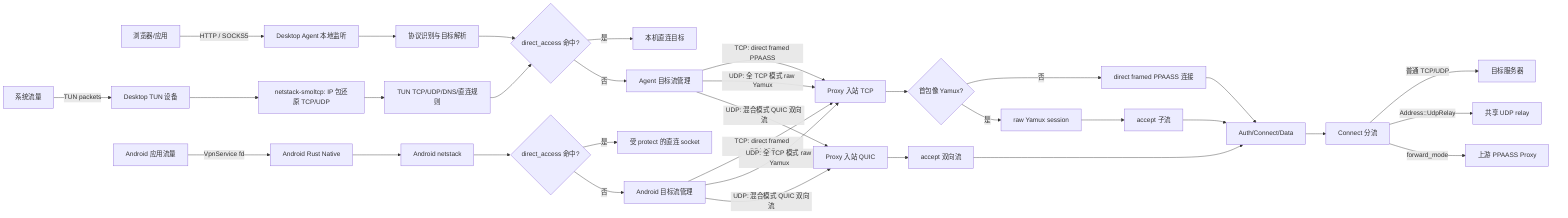
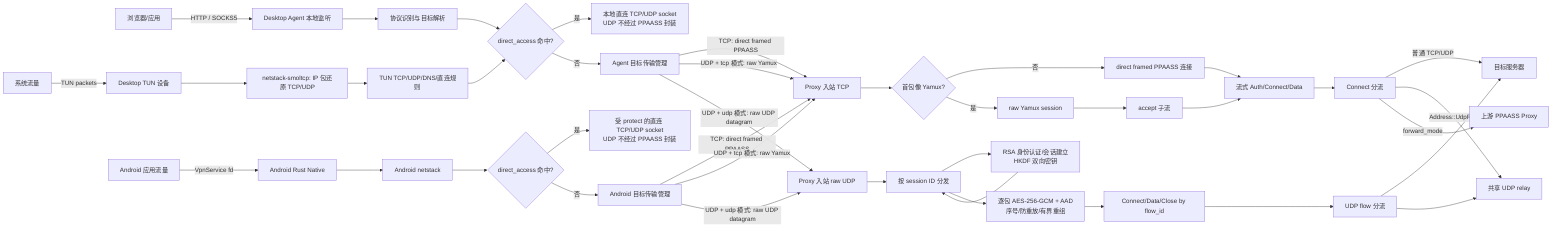
flowchart LR
    Browser["浏览器/应用"] -->|"HTTP / SOCKS5"| AgentListen["Desktop Agent 本地监听"]
    OS["系统流量"] -->|"TUN packets"| TunDevice["Desktop TUN 设备"]
    AndroidApps["Android 应用流量"] -->|"VpnService fd"| AndroidNative["Android Rust Native"]

    AgentListen --> AgentRouter["协议识别与目标解析"]
    TunDevice --> Netstack["netstack-smoltcp: IP 包还原 TCP/UDP"]
    Netstack --> TunRouter["TUN TCP/UDP/DNS/直连规则"]
    AndroidNative --> AndroidNetstack["Android netstack"]

    AgentRouter --> DirectCheck{"direct_access 命中?"}
    TunRouter --> DirectCheck
    AndroidNetstack --> AndroidDirect{"direct_access 命中?"}

-     DirectCheck -->|"是"| LocalTarget["本机直连目标"]
-     AndroidDirect -->|"是"| AndroidDirectSocket["受 protect 的直连 socket"]
+     DirectCheck -->|"是"| LocalTarget["本地直连 TCP/UDP socket<br/>UDP 不经过 PPAASS 封装"]
+     AndroidDirect -->|"是"| AndroidDirectSocket["受 protect 的直连 TCP/UDP socket<br/>UDP 不经过 PPAASS 封装"]

-     DirectCheck -->|"否"| AgentStreams["Agent 目标流管理"]
-     AndroidDirect -->|"否"| AndroidStreams["Android 目标流管理"]
+     DirectCheck -->|"否"| AgentTransport["Agent 目标传输管理"]
+     AndroidDirect -->|"否"| AndroidTransport["Android 目标传输管理"]

-     AgentStreams -->|"TCP: direct framed PPAASS"| ProxyInbound["Proxy 入站 TCP"]
-     AgentStreams -->|"UDP: 全 TCP 模式 raw Yamux"| ProxyInbound
-     AgentStreams -->|"UDP: 混合模式 QUIC 双向流"| ProxyQuic["Proxy 入站 QUIC"]
-     AndroidStreams -->|"TCP: direct framed PPAASS"| ProxyInbound
-     AndroidStreams -->|"UDP: 全 TCP 模式 raw Yamux"| ProxyInbound
-     AndroidStreams -->|"UDP: 混合模式 QUIC 双向流"| ProxyQuic
+     AgentTransport -->|"TCP: direct framed PPAASS"| ProxyTcp["Proxy 入站 TCP"]
+     AgentTransport -->|"UDP + tcp 模式: raw Yamux"| ProxyTcp
+     AgentTransport -->|"UDP + udp 模式: raw UDP datagram"| ProxyUdp["Proxy 入站 raw UDP"]
+     AndroidTransport -->|"TCP: direct framed PPAASS"| ProxyTcp
+     AndroidTransport -->|"UDP + tcp 模式: raw Yamux"| ProxyTcp
+     AndroidTransport -->|"UDP + udp 模式: raw UDP datagram"| ProxyUdp

-     ProxyInbound --> Peek{"首包像 Yamux?"}
+     ProxyTcp --> Peek{"首包像 Yamux?"}
    Peek -->|"否"| DirectFramed["direct framed PPAASS 连接"]
    Peek -->|"是"| YamuxAccept["raw Yamux session"]
    YamuxAccept --> Substream["accept 子流"]
-     ProxyQuic --> QuicStream["accept 双向流"]
-     DirectFramed --> Auth["Auth/Connect/Data"]
-     Substream --> Auth
-     QuicStream --> Auth
-     Auth --> ConnectDispatch["Connect 分流"]
+     DirectFramed --> StreamAuth["流式 Auth/Connect/Data"]
+     Substream --> StreamAuth
+ 
+     ProxyUdp --> UdpSession["按 session ID 分发"]
+     UdpSession --> UdpHandshake["RSA 身份认证/会话建立<br/>HKDF 双向密钥"]
+     UdpSession --> UdpVerify["逐包 AES-256-GCM + AAD<br/>序号/防重放/有界重组"]
+     UdpHandshake --> UdpSession
+     UdpVerify --> UdpMessages["Connect/Data/Close by flow_id"]
+ 
+     StreamAuth --> ConnectDispatch["Connect 分流"]
+     UdpMessages --> UdpDispatch["UDP flow 分流"]
    ConnectDispatch -->|"普通 TCP/UDP"| Target["目标服务器"]
    ConnectDispatch -->|"Address::UdpRelay"| UdpRelay["共享 UDP relay"]
    ConnectDispatch -->|"forward_mode"| Upstream["上游 PPAASS Proxy"]
+     UdpDispatch --> Target
+     UdpDispatch --> UdpRelay
